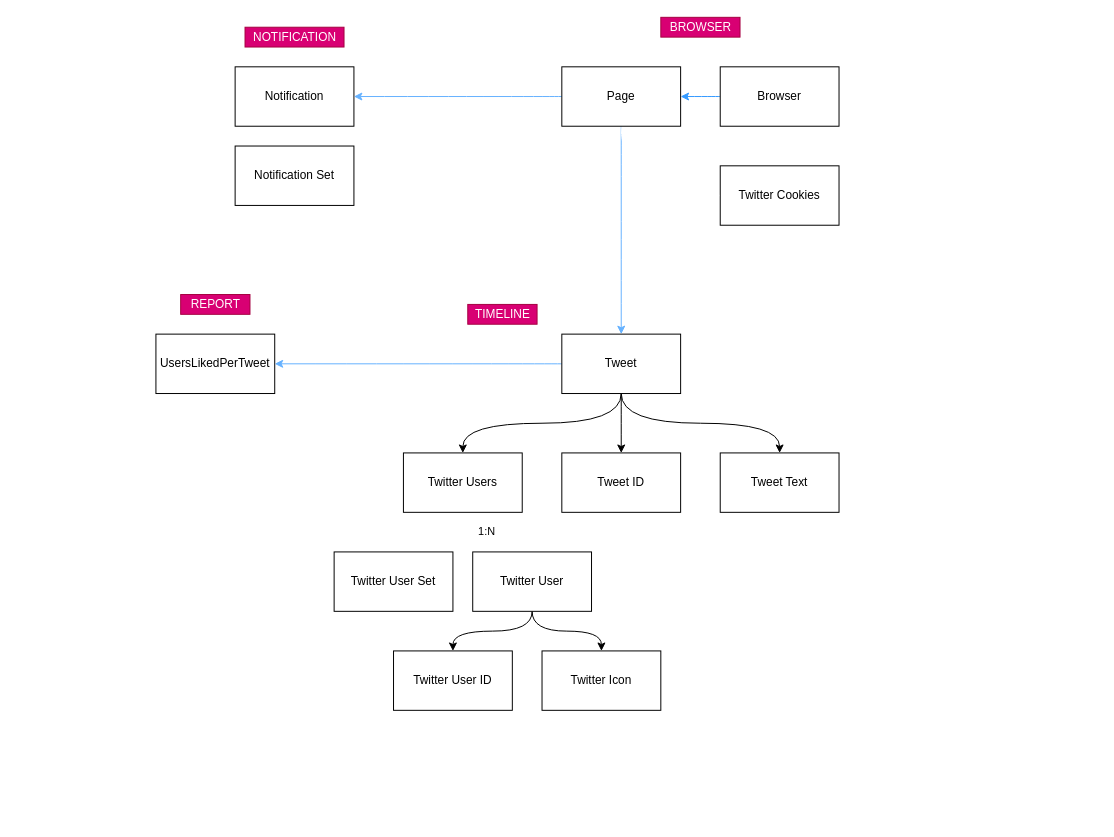
myshmeh/omukae-tool keeps this draw.io diagram as notes/domain-model.drawio. Above is the earlier version. Source tidied: cells renumbered, new cells numbered last; positions are measured from the earlier drawing's top-left corner, leaving out a move shared by most shapes. Both pictures are drawn from the tidied source at 99%, with x=0, y=0 at pixel (155, 17).
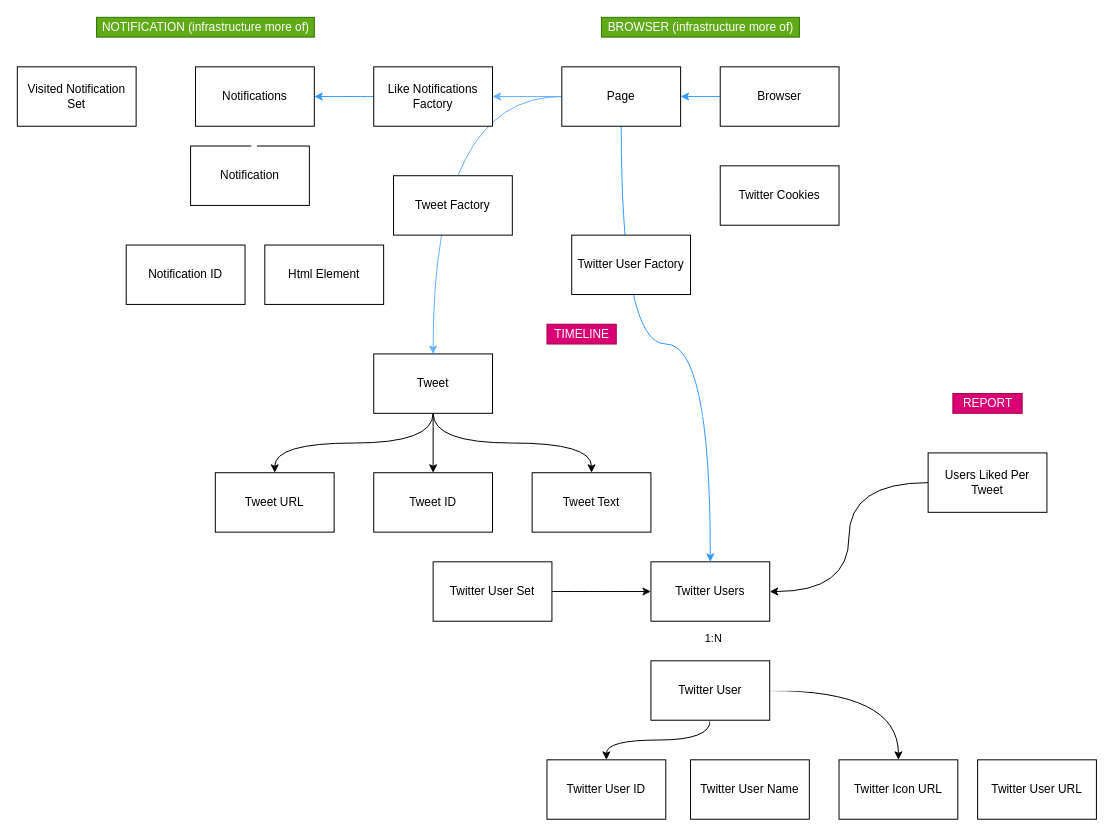
Above is the later version.

Unchanged cells that the change refers to:
```xml
<mxCell id="8" value="Page" style="rounded=0;whiteSpace=wrap;html=1;" parent="1" vertex="1">
  <mxGeometry x="410" y="50" width="120" height="60" as="geometry" />
</mxCell>
```

Change to the diagram source:
```diff
@@
-    <mxCell id="5" style="edgeStyle=orthogonalEdgeStyle;curved=1;rounded=0;jettySize=auto;html=1;entryX=1;entryY=0.5;entryDx=0;entryDy=0;strokeColor=#66B2FF;" parent="1" edge="1" source="8" target="9">
+    <mxCell id="5" style="edgeStyle=orthogonalEdgeStyle;curved=1;rounded=0;jettySize=auto;html=1;strokeColor=#66B2FF;entryX=1;entryY=0.5;entryDx=0;entryDy=0;" parent="1" edge="1" source="8" target="48">
       <mxGeometry relative="1" as="geometry" />
     </mxCell>
@@
+    <mxCell id="33" style="edgeStyle=orthogonalEdgeStyle;curved=1;rounded=0;jettySize=auto;html=1;strokeColor=#3399FF;" parent="1" edge="1" source="8" target="28">
+      <mxGeometry relative="1" as="geometry" />
+    </mxCell>
@@
+    <mxCell id="34" style="edgeStyle=orthogonalEdgeStyle;curved=1;rounded=0;jettySize=auto;html=1;strokeColor=#FFFFFF;" parent="1" edge="1" source="9" target="46">
+      <mxGeometry relative="1" as="geometry" />
+    </mxCell>
+    <mxCell id="35" style="edgeStyle=orthogonalEdgeStyle;curved=1;rounded=0;jettySize=auto;html=1;entryX=0.5;entryY=0;entryDx=0;entryDy=0;strokeColor=#FFFFFF;" parent="1" edge="1" source="9" target="43">
+      <mxGeometry relative="1" as="geometry" />
+    </mxCell>
     <mxCell id="9" value="Notification" style="rounded=0;whiteSpace=wrap;html=1;" parent="1" vertex="1">
-      <mxGeometry x="80" y="50" width="120" height="60" as="geometry" />
+      <mxGeometry x="35" y="130" width="120" height="60" as="geometry" />
     </mxCell>
+    <mxCell id="36" style="edgeStyle=orthogonalEdgeStyle;curved=1;rounded=0;jettySize=auto;html=1;entryX=0;entryY=0.5;entryDx=0;entryDy=0;strokeColor=#FFFFFF;" parent="1" edge="1" source="10" target="45">
+      <mxGeometry relative="1" as="geometry" />
+    </mxCell>
-    <mxCell id="10" value="Notification Set" style="rounded=0;whiteSpace=wrap;html=1;" parent="1" vertex="1">
-      <mxGeometry x="80" y="130" width="120" height="60" as="geometry" />
+    <mxCell id="10" value="Visited Notification Set" style="rounded=0;whiteSpace=wrap;html=1;" parent="1" vertex="1">
+      <mxGeometry x="-140" y="50" width="120" height="60" as="geometry" />
     </mxCell>
@@
+    <mxCell id="37" style="edgeStyle=orthogonalEdgeStyle;curved=1;rounded=0;jettySize=auto;html=1;strokeColor=#FFFFFF;" parent="1" edge="1" source="13" target="52">
+      <mxGeometry relative="1" as="geometry" />
+    </mxCell>
+    <mxCell id="38" style="edgeStyle=orthogonalEdgeStyle;curved=1;rounded=0;jettySize=auto;html=1;strokeColor=#FFFFFF;" parent="1" edge="1" source="13" target="53">
+      <mxGeometry relative="1" as="geometry" />
+    </mxCell>
     <mxCell id="13" value="Twitter User" style="rounded=0;whiteSpace=wrap;html=1;" parent="1" vertex="1">
-      <mxGeometry x="320" y="540" width="120" height="60" as="geometry" />
+      <mxGeometry x="500" y="650" width="120" height="60" as="geometry" />
     </mxCell>
-    <mxCell id="14" style="edgeStyle=orthogonalEdgeStyle;rounded=0;jettySize=auto;html=1;curved=1;exitX=0.5;exitY=1;exitDx=0;exitDy=0;entryX=0.5;entryY=0;entryDx=0;entryDy=0;" parent="1" edge="1" source="18" target="28">
-      <mxGeometry relative="1" as="geometry" />
-    </mxCell>
@@
-    <mxCell id="17" style="edgeStyle=orthogonalEdgeStyle;curved=1;rounded=0;jettySize=auto;html=1;strokeColor=#66B2FF;" parent="1" edge="1" source="18" target="24">
-      <mxGeometry relative="1" as="geometry" />
-    </mxCell>
+    <mxCell id="39" style="edgeStyle=orthogonalEdgeStyle;curved=1;rounded=0;jettySize=auto;html=1;entryX=0.5;entryY=0;entryDx=0;entryDy=0;exitX=0.5;exitY=1;exitDx=0;exitDy=0;" parent="1" edge="1" source="18" target="50">
+      <mxGeometry relative="1" as="geometry" />
+    </mxCell>
     <mxCell id="18" value="Tweet" style="rounded=0;whiteSpace=wrap;html=1;" parent="1" vertex="1">
-      <mxGeometry x="410" y="320" width="120" height="60" as="geometry" />
+      <mxGeometry x="220" y="340" width="120" height="60" as="geometry" />
     </mxCell>
+    <mxCell id="40" style="edgeStyle=orthogonalEdgeStyle;curved=1;rounded=0;jettySize=auto;html=1;entryX=0;entryY=0.5;entryDx=0;entryDy=0;" parent="1" edge="1" source="19" target="28">
+      <mxGeometry relative="1" as="geometry" />
+    </mxCell>
     <mxCell id="19" value="Twitter User Set" style="rounded=0;whiteSpace=wrap;html=1;" parent="1" vertex="1">
-      <mxGeometry x="180" y="540" width="120" height="60" as="geometry" />
+      <mxGeometry x="280" y="550" width="120" height="60" as="geometry" />
     </mxCell>
     <mxCell id="20" value="Tweet ID" style="rounded=0;whiteSpace=wrap;html=1;" parent="1" vertex="1">
-      <mxGeometry x="410" y="440" width="120" height="60" as="geometry" />
+      <mxGeometry x="220" y="460" width="120" height="60" as="geometry" />
     </mxCell>
     <mxCell id="21" value="Tweet Text" style="rounded=0;whiteSpace=wrap;html=1;" parent="1" vertex="1">
-      <mxGeometry x="570" y="440" width="120" height="60" as="geometry" />
+      <mxGeometry x="380" y="460" width="120" height="60" as="geometry" />
     </mxCell>
     <mxCell id="22" value="Twitter User ID" style="rounded=0;whiteSpace=wrap;html=1;" parent="1" vertex="1">
-      <mxGeometry x="240" y="640" width="120" height="60" as="geometry" />
+      <mxGeometry x="395" y="750" width="120" height="60" as="geometry" />
     </mxCell>
-    <mxCell id="23" value="Twitter Icon" style="rounded=0;whiteSpace=wrap;html=1;" parent="1" vertex="1">
-      <mxGeometry x="390" y="640" width="120" height="60" as="geometry" />
+    <mxCell id="23" value="Twitter Icon URL" style="rounded=0;whiteSpace=wrap;html=1;" parent="1" vertex="1">
+      <mxGeometry x="690" y="750" width="120" height="60" as="geometry" />
     </mxCell>
+    <mxCell id="41" style="edgeStyle=orthogonalEdgeStyle;rounded=0;jettySize=auto;html=1;entryX=1;entryY=0.5;entryDx=0;entryDy=0;strokeColor=#FFFFFF;curved=1;" parent="1" edge="1" source="24" target="18">
+      <mxGeometry relative="1" as="geometry" />
+    </mxCell>
+    <mxCell id="42" style="edgeStyle=orthogonalEdgeStyle;rounded=0;jettySize=auto;html=1;entryX=1;entryY=0.5;entryDx=0;entryDy=0;curved=1;" parent="1" edge="1" source="24" target="28">
+      <mxGeometry relative="1" as="geometry" />
+    </mxCell>
-    <mxCell id="24" value="UsersLikedPerTweet" style="rounded=0;whiteSpace=wrap;html=1;" parent="1" vertex="1">
-      <mxGeometry y="320" width="120" height="60" as="geometry" />
+    <mxCell id="24" value="Users Liked Per Tweet" style="rounded=0;whiteSpace=wrap;html=1;" parent="1" vertex="1">
+      <mxGeometry x="780" y="440" width="120" height="60" as="geometry" />
     </mxCell>
@@
-    <mxCell id="27" style="edgeStyle=orthogonalEdgeStyle;curved=1;rounded=0;jettySize=auto;html=1;strokeColor=#FFFFFF;" parent="1" edge="1" source="28" target="19">
-      <mxGeometry relative="1" as="geometry" />
-    </mxCell>
     <mxCell id="28" value="Twitter Users" style="rounded=0;whiteSpace=wrap;html=1;" parent="1" vertex="1">
-      <mxGeometry x="250" y="440" width="120" height="60" as="geometry" />
+      <mxGeometry x="500" y="550" width="120" height="60" as="geometry" />
     </mxCell>
-    <mxCell id="29" value="BROWSER" style="text;html=1;align=center;verticalAlign=middle;fillColor=#d80073;strokeColor=#A50040;fontColor=#ffffff;" parent="1" vertex="1">
-      <mxGeometry x="510" width="80" height="20" as="geometry" />
+    <mxCell id="29" value="BROWSER (infrastructure more of)" style="text;html=1;align=center;verticalAlign=middle;fillColor=#60a917;strokeColor=#2D7600;fontColor=#ffffff;" parent="1" vertex="1">
+      <mxGeometry x="450" width="200" height="20" as="geometry" />
     </mxCell>
-    <mxCell id="30" value="NOTIFICATION" style="text;html=1;align=center;verticalAlign=middle;fillColor=#d80073;strokeColor=#A50040;fontColor=#ffffff;" parent="1" vertex="1">
-      <mxGeometry x="90" y="10" width="100" height="20" as="geometry" />
+    <mxCell id="30" value="NOTIFICATION (infrastructure more of)" style="text;html=1;align=center;verticalAlign=middle;fillColor=#60a917;strokeColor=#2D7600;fontColor=#ffffff;" parent="1" vertex="1">
+      <mxGeometry x="-60" width="220" height="20" as="geometry" />
     </mxCell>
     <mxCell id="31" value="TIMELINE" style="text;html=1;align=center;verticalAlign=middle;fillColor=#d80073;strokeColor=#A50040;fontColor=#ffffff;" parent="1" vertex="1">
-      <mxGeometry x="315" y="290" width="70" height="20" as="geometry" />
+      <mxGeometry x="395" y="310" width="70" height="20" as="geometry" />
     </mxCell>
     <mxCell id="32" value="REPORT" style="text;html=1;align=center;verticalAlign=middle;fillColor=#d80073;strokeColor=#A50040;fontColor=#ffffff;" parent="1" vertex="1">
-      <mxGeometry x="25" y="280" width="70" height="20" as="geometry" />
+      <mxGeometry x="805" y="380" width="70" height="20" as="geometry" />
     </mxCell>
+    <mxCell id="43" value="Html Element" style="rounded=0;whiteSpace=wrap;html=1;" parent="1" vertex="1">
+      <mxGeometry x="110" y="230" width="120" height="60" as="geometry" />
+    </mxCell>
+    <mxCell id="44" style="edgeStyle=orthogonalEdgeStyle;rounded=0;jettySize=auto;html=1;entryX=0.5;entryY=0;entryDx=0;entryDy=0;strokeColor=#FFFFFF;curved=1;" parent="1" edge="1" source="45" target="9">
+      <mxGeometry relative="1" as="geometry" />
+    </mxCell>
+    <mxCell id="45" value="Notifications" style="rounded=0;whiteSpace=wrap;html=1;" parent="1" vertex="1">
+      <mxGeometry x="40" y="50" width="120" height="60" as="geometry" />
+    </mxCell>
+    <mxCell id="46" value="Notification ID" style="rounded=0;whiteSpace=wrap;html=1;" parent="1" vertex="1">
+      <mxGeometry x="-30" y="230" width="120" height="60" as="geometry" />
+    </mxCell>
+    <mxCell id="47" style="edgeStyle=orthogonalEdgeStyle;curved=1;rounded=0;jettySize=auto;html=1;entryX=1;entryY=0.5;entryDx=0;entryDy=0;strokeColor=#3399FF;" parent="1" edge="1" source="48" target="45">
+      <mxGeometry relative="1" as="geometry" />
+    </mxCell>
+    <mxCell id="48" value="Like Notifications Factory" style="rounded=0;whiteSpace=wrap;html=1;" parent="1" vertex="1">
+      <mxGeometry x="220" y="50" width="120" height="60" as="geometry" />
+    </mxCell>
+    <mxCell id="49" value="Tweet Factory" style="rounded=0;whiteSpace=wrap;html=1;shadow=0;" parent="1" vertex="1">
+      <mxGeometry x="240" y="160" width="120" height="60" as="geometry" />
+    </mxCell>
+    <mxCell id="50" value="Tweet URL" style="rounded=0;whiteSpace=wrap;html=1;" parent="1" vertex="1">
+      <mxGeometry x="60" y="460" width="120" height="60" as="geometry" />
+    </mxCell>
+    <mxCell id="51" value="Twitter User Factory" style="rounded=0;whiteSpace=wrap;html=1;" parent="1" vertex="1">
+      <mxGeometry x="420" y="220" width="120" height="60" as="geometry" />
+    </mxCell>
+    <mxCell id="52" value="Twitter User Name" style="rounded=0;whiteSpace=wrap;html=1;" parent="1" vertex="1">
+      <mxGeometry x="540" y="750" width="120" height="60" as="geometry" />
+    </mxCell>
+    <mxCell id="53" value="Twitter User URL" style="rounded=0;whiteSpace=wrap;html=1;" parent="1" vertex="1">
+      <mxGeometry x="830" y="750" width="120" height="60" as="geometry" />
+    </mxCell>
```
